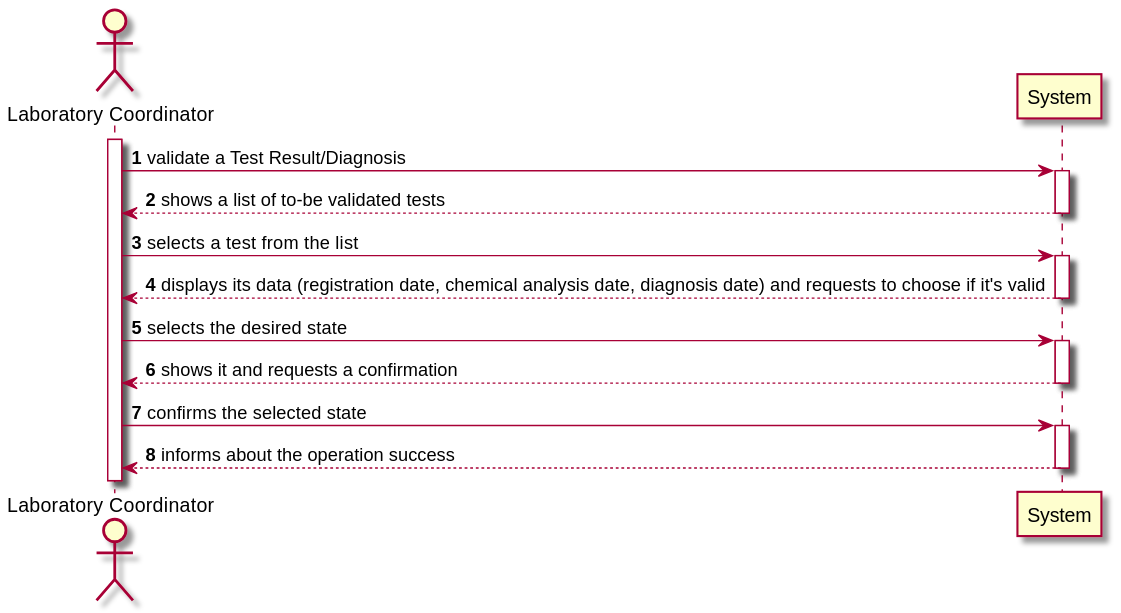
Above: docs/SprintC/US15/US15-SSD.svg in 0franciscor/lei-21-s2-1de-g19 (PlantUML), before the change.
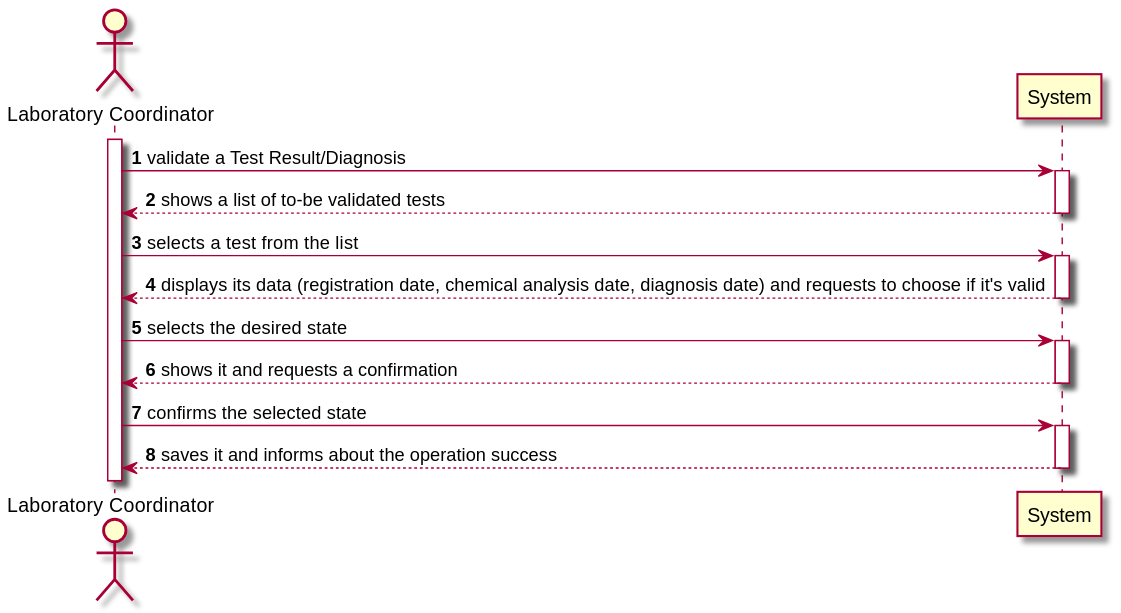
The same diagram one commit later.

Change to the diagram source:
```diff
@@ -11,6 +11,6 @@
 labC ->  System ++: selects the desired state
 System --> labC --: shows it and requests a confirmation
 labC -> System ++: confirms the selected state
-System --> labC --: informs about the operation success
+System --> labC --: saves it and informs about the operation success
 
 @enduml
```
